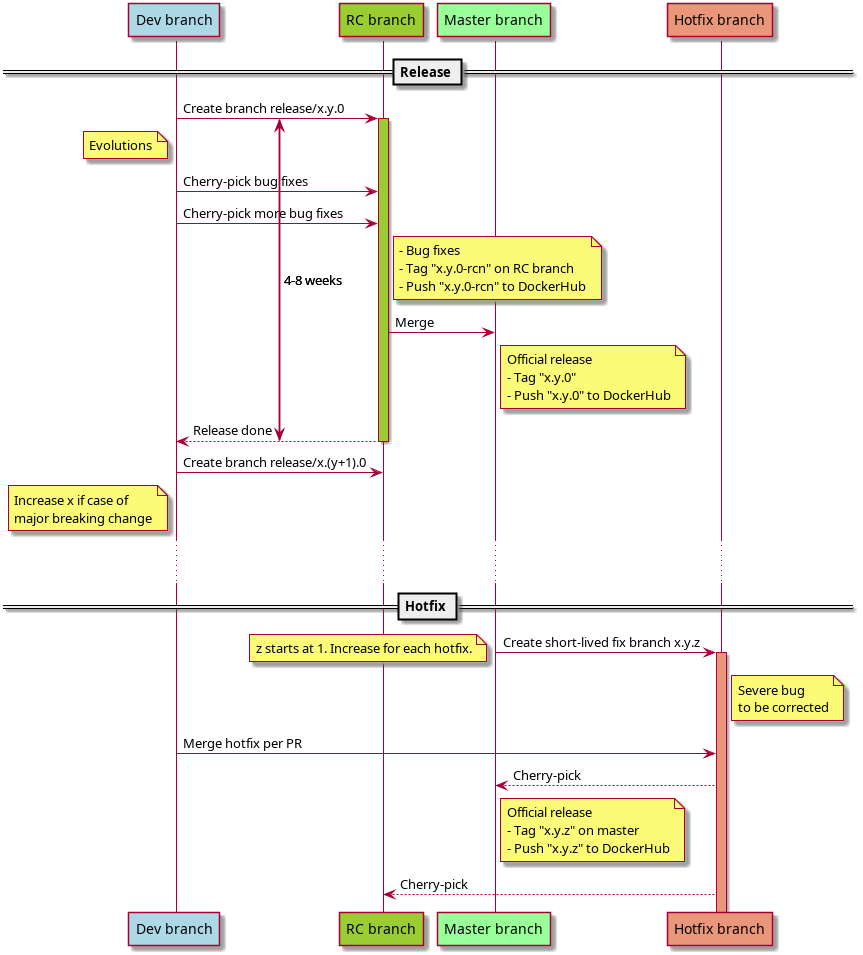
Above: doc/branching_model.png in DefectDojo/django-DefectDojo (PlantUML), before the change.
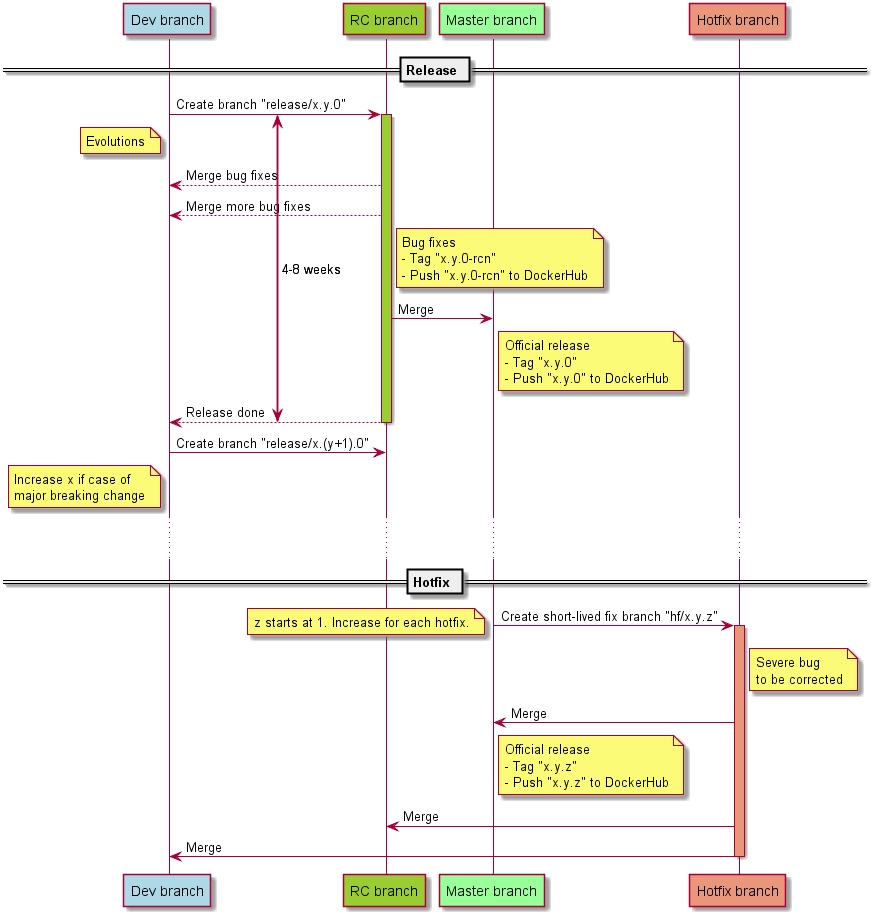
The same diagram one commit later.

Commit message:
change release flow so that moderators needs to merge rather than cherry-picking for releasing

Diff of the diagram source:
```diff
@@ -7,7 +7,7 @@
 participant "Master branch" as master order 30 #99FF99
 participant "Hotfix branch" as hotbranch order 40 #DarkSalmon
 
-{startrc} devbranch -> rcbranch ++ #YellowGreen: Create branch release/x.y.0
+{startrc} devbranch -> rcbranch ++ #YellowGreen: Create branch "release/x.y.0"
 
 
 note left of devbranch
@@ -15,13 +15,13 @@
 end note
 
 
-rcbranch <- devbranch: Cherry-pick bug fixes
-rcbranch <- devbranch: Cherry-pick more bug fixes
+rcbranch --> devbranch: Merge bug fixes
+rcbranch --> devbranch: Merge more bug fixes
 
 
 note right of rcbranch
-  - Bug fixes
-  - Tag "x.y.0-rcn" on RC branch
+  Bug fixes
+  - Tag "x.y.0-rcn"
   - Push "x.y.0-rcn" to DockerHub
 end note
 
@@ -35,7 +35,7 @@
 
 {endrc} rcbranch --> devbranch --: Release done
 
-devbranch -> rcbranch: Create branch release/x.(y+1).0
+devbranch -> rcbranch: Create branch "release/x.(y+1).0"
 note left of devbranch
   Increase x if case of
   major breaking change
@@ -47,7 +47,7 @@
 
 == Hotfix ==
 
-master -> hotbranch ++ #DarkSalmon: Create short-lived fix branch x.y.z
+master -> hotbranch ++ #DarkSalmon: Create short-lived fix branch "hf/x.y.z"
 note left
 z starts at 1. Increase for each hotfix.
 end note
@@ -56,13 +56,13 @@
     Severe bug
     to be corrected
 end note
-hotbranch <- devbranch --: Merge hotfix per PR
-hotbranch --> master: Cherry-pick
+hotbranch -> master: Merge
 note right of master
     Official release
-    - Tag "x.y.z" on master
+    - Tag "x.y.z"
     - Push "x.y.z" to DockerHub
 end note
-hotbranch --> rcbranch: Cherry-pick
+hotbranch -> rcbranch: Merge
+hotbranch -> devbranch --: Merge
 
 @enduml
```
